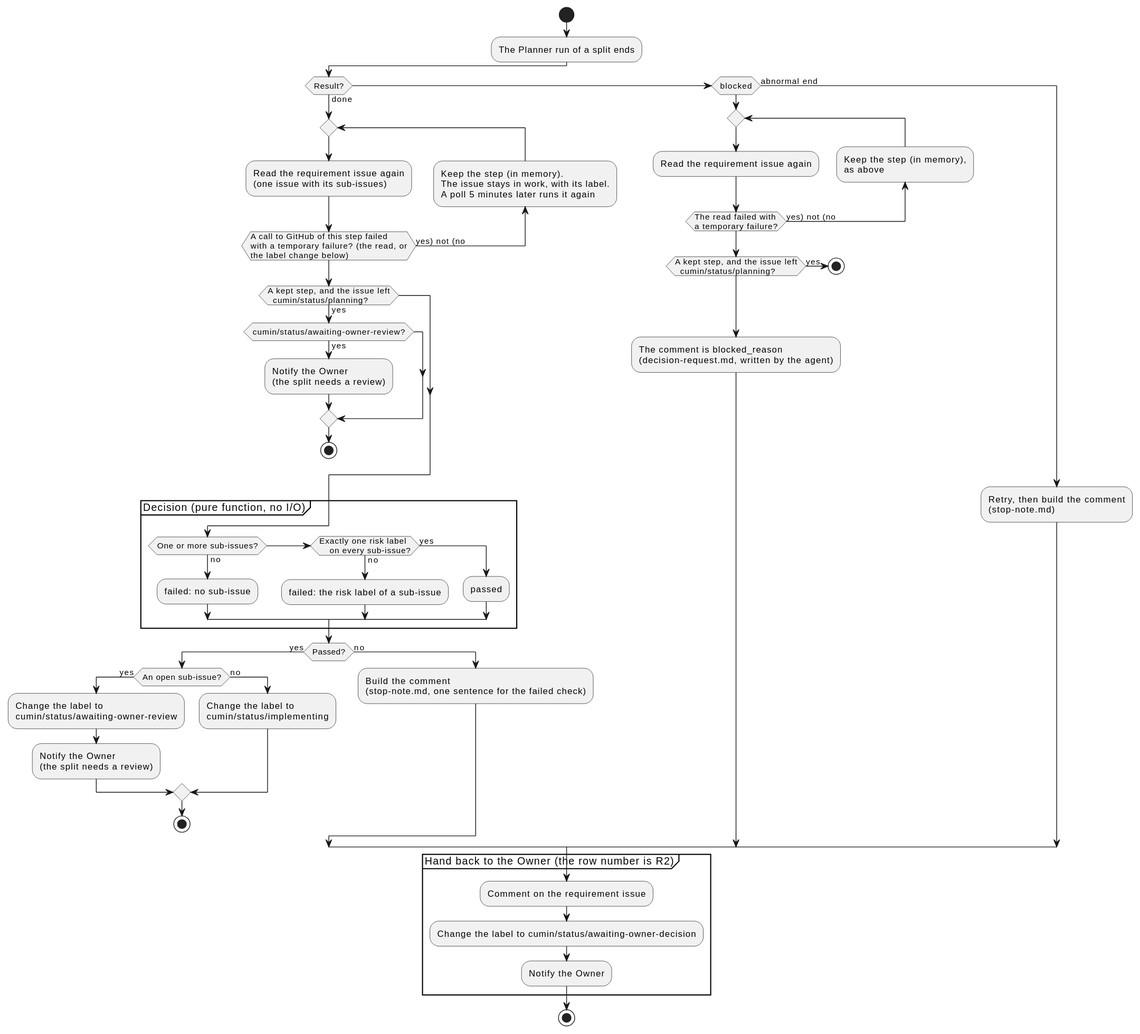
This is docs/ja/designs/poll-split.svg from cloveclovedev/cumin-works, a PlantUML export, as it was before one commit. Source of this version:
```plantuml
@startuml
skinparam shadowing false
skinparam defaultFontName sans-serif

start
:The Planner run of a split ends;
if (Result?) then (done)
  repeat
    :Read the requirement issue again
    (one issue with its sub-issues);
    backward :Keep the step (in memory).
    The issue stays in work, with its label.
    A poll 5 minutes later runs it again;
  repeat while (A call to GitHub of this step failed
  with a temporary failure? (the read, or
  the label change below)) is (yes) not (no)
  if (A kept step, and the issue left
  cumin/status/planning?) then (yes)
    if (cumin/status/awaiting-owner-review?) then (yes)
      :Notify the Owner
      (the split needs a review);
    endif
    stop
  endif
  partition "Decision (pure function, no I/O)" {
    if (One or more sub-issues?) then (no)
      :failed: no sub-issue;
    elseif (Exactly one risk label
    on every sub-issue?) then (no)
      :failed: the risk label of a sub-issue;
    else (yes)
      :passed;
    endif
  }
  if (Passed?) then (yes)
    if (An open sub-issue?) then (yes)
      :Change the label to
      cumin/status/awaiting-owner-review;
      :Notify the Owner
      (the split needs a review);
    else (no)
      :Change the label to
      cumin/status/implementing;
    endif
    stop
  else (no)
    :Build the comment
    (stop-note.md, one sentence for the failed check);
  endif
elseif (blocked) then
  repeat
    :Read the requirement issue again;
    backward :Keep the step (in memory),
    as above;
  repeat while (The read failed with
  a temporary failure?) is (yes) not (no)
  if (A kept step, and the issue left
  cumin/status/planning?) then (yes)
    stop
  endif
  :The comment is blocked_reason
  (decision-request.md, written by the agent);
else (abnormal end)
  :Retry, then build the comment
  (stop-note.md);
endif

partition "Hand back to the Owner (the row number is R2)" {
  :Comment on the requirement issue;
  :Change the label to cumin/status/awaiting-owner-decision;
  :Notify the Owner;
}
stop
@enduml
```
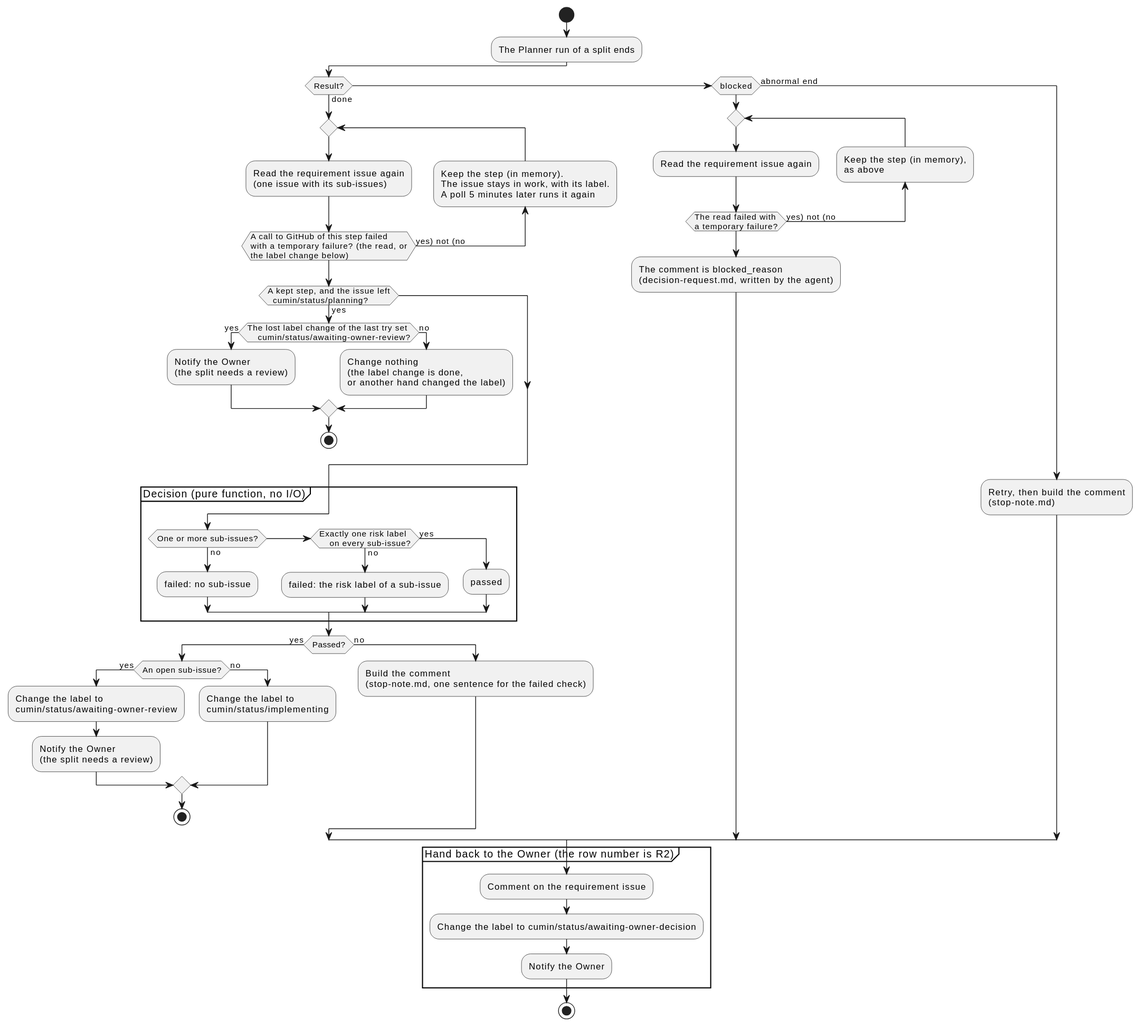
The same file after the commit.

Commit message:
docs(designs): show the lost label change and the kept stop in the diagram of the split

The edit, as a diff of the source:
```diff
@@ -16,9 +16,14 @@
   the label change below)) is (yes) not (no)
   if (A kept step, and the issue left
   cumin/status/planning?) then (yes)
-    if (cumin/status/awaiting-owner-review?) then (yes)
+    if (The lost label change of the last try set
+    cumin/status/awaiting-owner-review?) then (yes)
       :Notify the Owner
       (the split needs a review);
+    else (no)
+      :Change nothing
+      (the label change is done,
+      or another hand changed the label);
     endif
     stop
   endif
@@ -54,10 +59,6 @@
     as above;
   repeat while (The read failed with
   a temporary failure?) is (yes) not (no)
-  if (A kept step, and the issue left
-  cumin/status/planning?) then (yes)
-    stop
-  endif
   :The comment is blocked_reason
   (decision-request.md, written by the agent);
 else (abnormal end)
```
